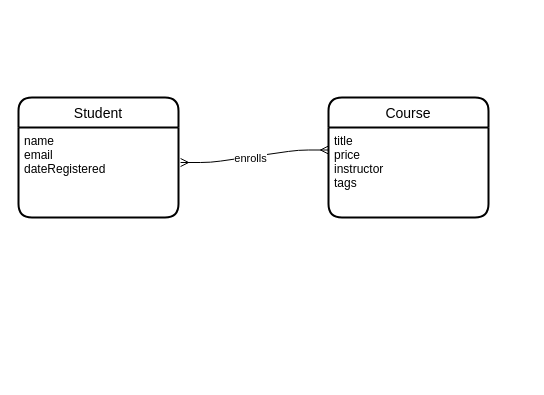
The draw.io diagram Untitled Diagram.drawio in says4yeah/finkont, before the edit. Source tidied: cells renumbered, new cells numbered last; positions are measured from the earlier drawing's top-left corner, leaving out a move shared by most shapes. Both pictures are drawn from the tidied source at 100%, with x=0, y=0 at pixel (18, 97).
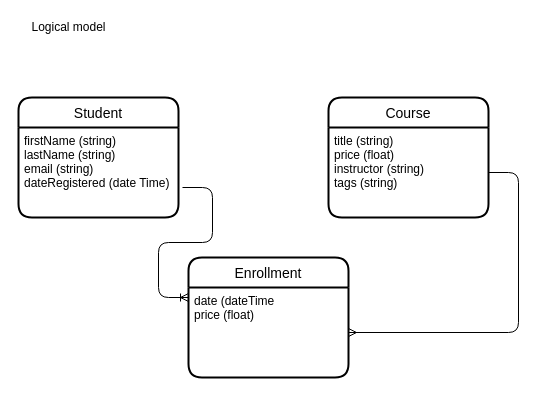
The same diagram, later.

The edit, as a diff of the source:
```diff
@@
 <mxGraphModel>
   <root>
     <mxCell id="0" />
     <mxCell id="1" parent="0" />
     <mxCell id="2" value="Student" style="swimlane;horizontal=1;startSize=30;rounded=1;fontSize=14;fontStyle=0;strokeWidth=2;shadow=0;dashed=0;align=center;" parent="1" vertex="1">
       <mxGeometry width="160" height="120" as="geometry" />
     </mxCell>
-    <mxCell id="3" value="name&#10;email&#10;dateRegistered" style="align=left;strokeColor=none;fillColor=none;spacingLeft=4;fontSize=12;verticalAlign=top;" parent="2" vertex="1">
+    <mxCell id="3" value="firstName (string)&#10;lastName (string)&#10;email (string)&#10;dateRegistered (date Time)" style="align=left;strokeColor=none;fillColor=none;spacingLeft=4;fontSize=12;verticalAlign=top;" parent="2" vertex="1">
       <mxGeometry y="30" width="160" height="90" as="geometry" />
     </mxCell>
     <mxCell id="4" value="Course" style="swimlane;horizontal=1;startSize=30;rounded=1;fontSize=14;fontStyle=0;strokeWidth=2;shadow=0;dashed=0;align=center;" parent="1" vertex="1">
       <mxGeometry x="310" width="160" height="120" as="geometry" />
     </mxCell>
-    <mxCell id="5" value="title&#10;price&#10;instructor&#10;tags" style="align=left;strokeColor=none;fillColor=none;spacingLeft=4;fontSize=12;verticalAlign=top;" parent="4" vertex="1">
+    <mxCell id="5" value="title (string)&#10;price (float)&#10;instructor (string)&#10;tags (string)" style="align=left;strokeColor=none;fillColor=none;spacingLeft=4;fontSize=12;verticalAlign=top;" parent="4" vertex="1">
       <mxGeometry y="30" width="160" height="90" as="geometry" />
     </mxCell>
-    <mxCell id="6" style="edgeStyle=entityRelationEdgeStyle;fontSize=12;html=1;endArrow=ERmany;startArrow=ERmany;entryX=0;entryY=0.25;entryDx=0;entryDy=0;exitX=1.013;exitY=0.389;exitDx=0;exitDy=0;exitPerimeter=0;" parent="1" edge="1" source="3" target="5">
-      <mxGeometry relative="1" as="geometry" />
-    </mxCell>
-    <mxCell id="7" value="enrolls" style="edgeLabel;html=1;align=center;verticalAlign=middle;" parent="6" vertex="1">
-      <mxGeometry x="-0.06" y="-1" relative="1" as="geometry" />
-    </mxCell>
+    <mxCell id="8" value="Enrollment" style="swimlane;horizontal=1;startSize=30;rounded=1;fontSize=14;fontStyle=0;strokeWidth=2;shadow=0;dashed=0;align=center;" parent="1" vertex="1">
+      <mxGeometry x="170" y="160" width="160" height="120" as="geometry" />
+    </mxCell>
+    <mxCell id="9" value="date (dateTime&#10;price (float)" style="align=left;strokeColor=none;fillColor=none;spacingLeft=4;fontSize=12;verticalAlign=top;" parent="8" vertex="1">
+      <mxGeometry y="30" width="160" height="90" as="geometry" />
+    </mxCell>
+    <mxCell id="10" style="edgeStyle=entityRelationEdgeStyle;fontSize=12;html=1;endArrow=ERoneToMany;" parent="1" edge="1">
+      <mxGeometry relative="1" as="geometry">
+        <mxPoint x="164" y="90" as="sourcePoint" />
+        <mxPoint x="170" y="200" as="targetPoint" />
+      </mxGeometry>
+    </mxCell>
+    <mxCell id="11" style="edgeStyle=entityRelationEdgeStyle;fontSize=12;html=1;endArrow=ERmany;" parent="1" edge="1" source="5" target="9">
+      <mxGeometry relative="1" as="geometry" />
+    </mxCell>
+    <mxCell id="12" value="Logical model" style="text;html=1;align=center;verticalAlign=middle;" parent="1" vertex="1">
+      <mxGeometry x="5" y="-80" width="90" height="20" as="geometry" />
+    </mxCell>
   </root>
 </mxGraphModel>
```
